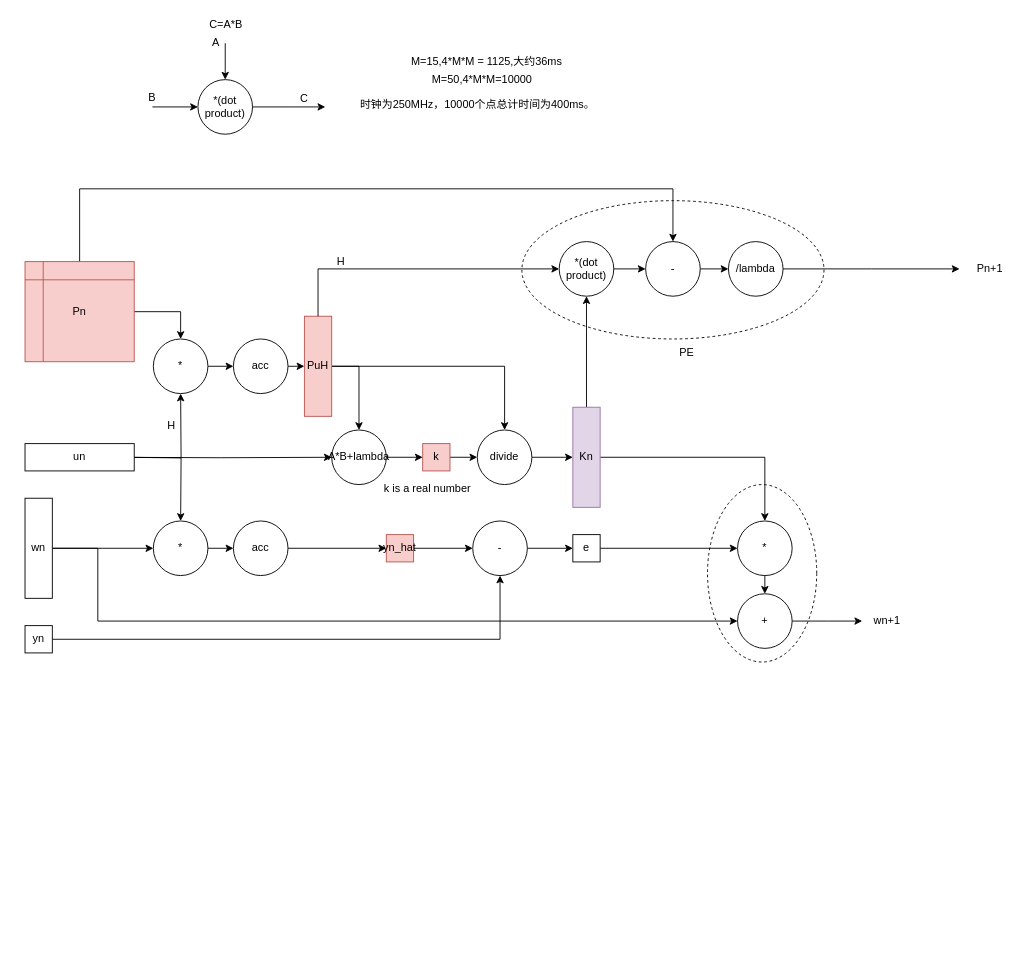
Momenttt/hellogithub keeps this draw.io diagram as rls_fpga.drawio. Above is the earlier version. Source tidied: cells renumbered, new cells numbered last; positions are measured from the earlier drawing's top-left corner, leaving out a move shared by most shapes. Both pictures are drawn from the tidied source at 91%, with x=0, y=0 at pixel (25, 15).
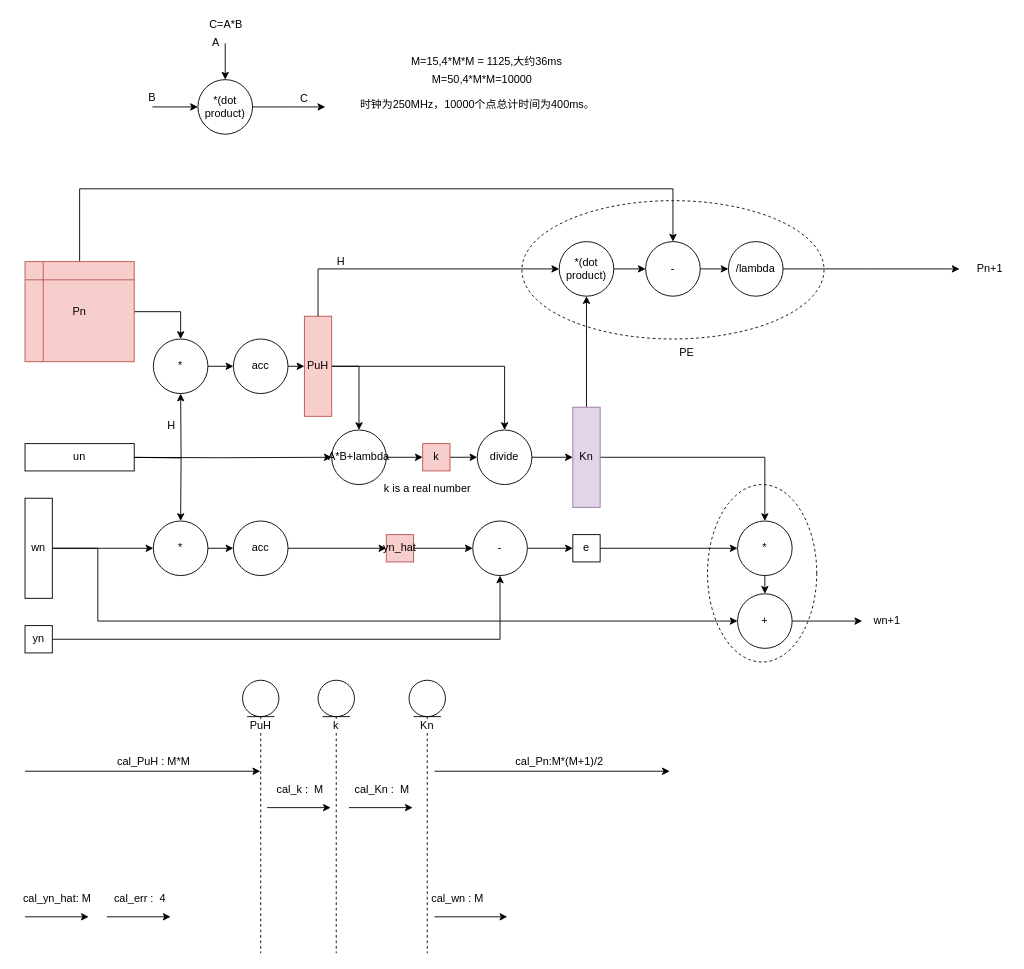
Above is the later version.

What changed in the source:
```diff
@@
+    <mxCell id="70" value="PuH" style="shape=umlLifeline;participant=umlEntity;perimeter=lifelinePerimeter;whiteSpace=wrap;html=1;verticalAlign=top;spacingTop=36;labelBackgroundColor=#ffffff;outlineConnect=0;" parent="1" vertex="1">
+      <mxGeometry x="239" y="730" width="40" height="300" as="geometry" />
+    </mxCell>
+    <mxCell id="71" value="k" style="shape=umlLifeline;participant=umlEntity;perimeter=lifelinePerimeter;whiteSpace=wrap;html=1;verticalAlign=top;spacingTop=36;labelBackgroundColor=#ffffff;" parent="1" vertex="1">
+      <mxGeometry x="322" y="730" width="40" height="300" as="geometry" />
+    </mxCell>
+    <mxCell id="72" value="Kn" style="shape=umlLifeline;participant=umlEntity;perimeter=lifelinePerimeter;whiteSpace=wrap;html=1;verticalAlign=top;spacingTop=36;labelBackgroundColor=#ffffff;" parent="1" vertex="1">
+      <mxGeometry x="422" y="730" width="40" height="300" as="geometry" />
+    </mxCell>
+    <mxCell id="73" style="endArrow=classic;html=1;" parent="1" edge="1" target="70">
+      <mxGeometry relative="1" as="geometry">
+        <mxPoint y="830" as="sourcePoint" />
+      </mxGeometry>
+    </mxCell>
+    <mxCell id="74" value="cal_PuH : M*M" style="text;html=1;align=center;verticalAlign=middle;" parent="1" vertex="1">
+      <mxGeometry x="91" y="810" width="100" height="20" as="geometry" />
+    </mxCell>
+    <mxCell id="75" style="endArrow=classic;html=1;" parent="1" edge="1">
+      <mxGeometry relative="1" as="geometry">
+        <mxPoint x="450" y="830" as="sourcePoint" />
+        <mxPoint x="708.5" y="830" as="targetPoint" />
+      </mxGeometry>
+    </mxCell>
+    <mxCell id="76" value="cal_Pn:M*(M+1)/2" style="text;html=1;align=center;verticalAlign=middle;" parent="1" vertex="1">
+      <mxGeometry x="532" y="810" width="110" height="20" as="geometry" />
+    </mxCell>
+    <mxCell id="77" style="endArrow=classic;html=1;" parent="1" edge="1">
+      <mxGeometry relative="1" as="geometry">
+        <mxPoint x="450" y="990" as="sourcePoint" />
+        <mxPoint x="530" y="990" as="targetPoint" />
+      </mxGeometry>
+    </mxCell>
+    <mxCell id="78" value="cal_wn : M" style="text;html=1;align=center;verticalAlign=middle;" parent="1" vertex="1">
+      <mxGeometry x="440" y="960" width="70" height="20" as="geometry" />
+    </mxCell>
+    <mxCell id="79" style="endArrow=classic;html=1;" parent="1" edge="1">
+      <mxGeometry relative="1" as="geometry">
+        <mxPoint y="990" as="sourcePoint" />
+        <mxPoint x="70" y="990" as="targetPoint" />
+      </mxGeometry>
+    </mxCell>
+    <mxCell id="80" value="cal_yn_hat: M" style="text;html=1;align=center;verticalAlign=middle;" parent="1" vertex="1">
+      <mxGeometry x="-10" y="960" width="90" height="20" as="geometry" />
+    </mxCell>
+    <mxCell id="81" style="endArrow=classic;html=1;" parent="1" edge="1">
+      <mxGeometry relative="1" as="geometry">
+        <mxPoint x="90" y="990" as="sourcePoint" />
+        <mxPoint x="160" y="990" as="targetPoint" />
+      </mxGeometry>
+    </mxCell>
+    <mxCell id="82" value="cal_err :&amp;nbsp; 4" style="text;html=1;align=center;verticalAlign=middle;" parent="1" vertex="1">
+      <mxGeometry x="91" y="960" width="70" height="20" as="geometry" />
+    </mxCell>
+    <mxCell id="83" style="endArrow=classic;html=1;" parent="1" edge="1">
+      <mxGeometry relative="1" as="geometry">
+        <mxPoint x="266" y="870" as="sourcePoint" />
+        <mxPoint x="336" y="870" as="targetPoint" />
+      </mxGeometry>
+    </mxCell>
+    <mxCell id="84" value="cal_k :&amp;nbsp; M" style="text;html=1;align=center;verticalAlign=middle;" parent="1" vertex="1">
+      <mxGeometry x="267" y="840" width="70" height="20" as="geometry" />
+    </mxCell>
+    <mxCell id="85" style="endArrow=classic;html=1;" parent="1" edge="1">
+      <mxGeometry relative="1" as="geometry">
+        <mxPoint x="356" y="870" as="sourcePoint" />
+        <mxPoint x="426" y="870" as="targetPoint" />
+      </mxGeometry>
+    </mxCell>
+    <mxCell id="86" value="cal_Kn :&amp;nbsp; M" style="text;html=1;align=center;verticalAlign=middle;" parent="1" vertex="1">
+      <mxGeometry x="352" y="840" width="80" height="20" as="geometry" />
+    </mxCell>
```
